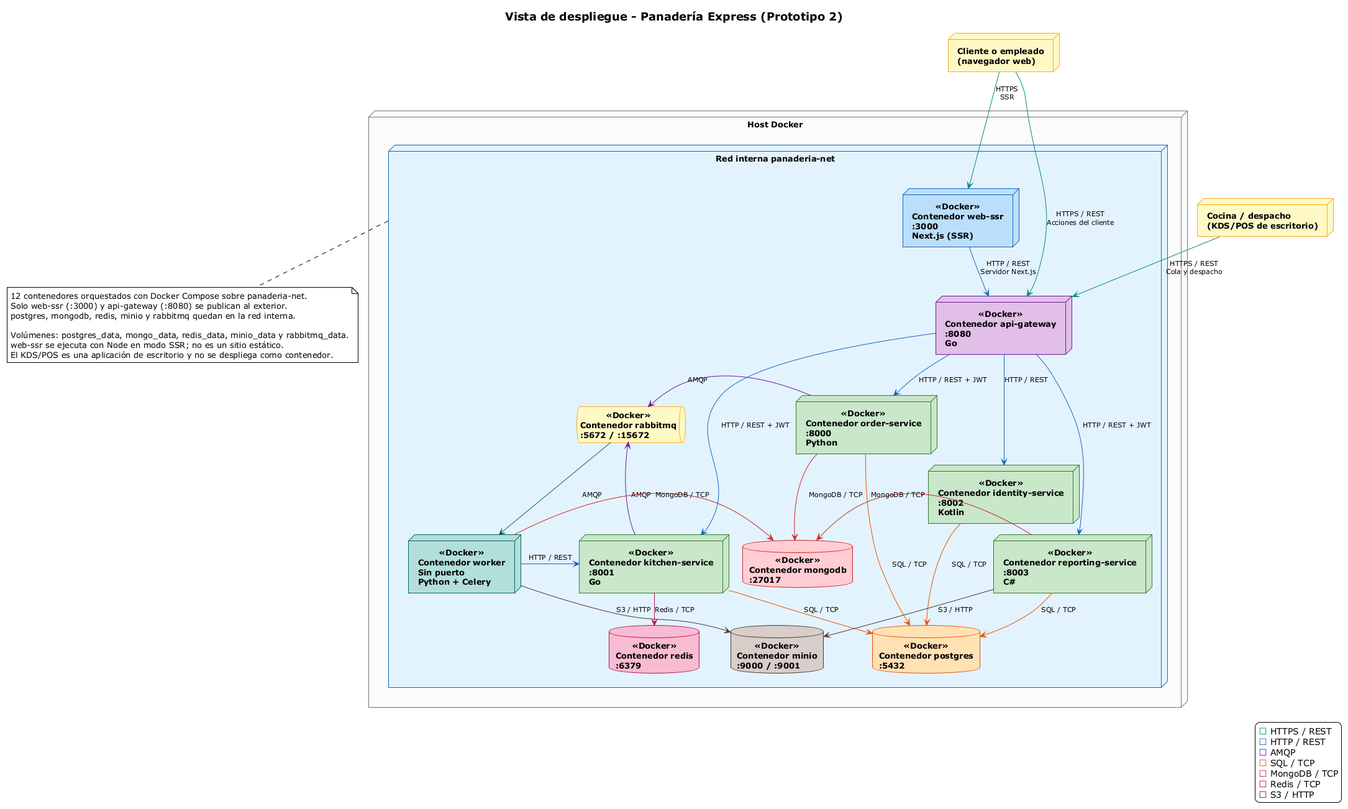
The PlantUML diagram g3-H-PanTech/docs/tiers_despliegue P2.png in unal-sw-arch/swarch-2026ii, before a commit.
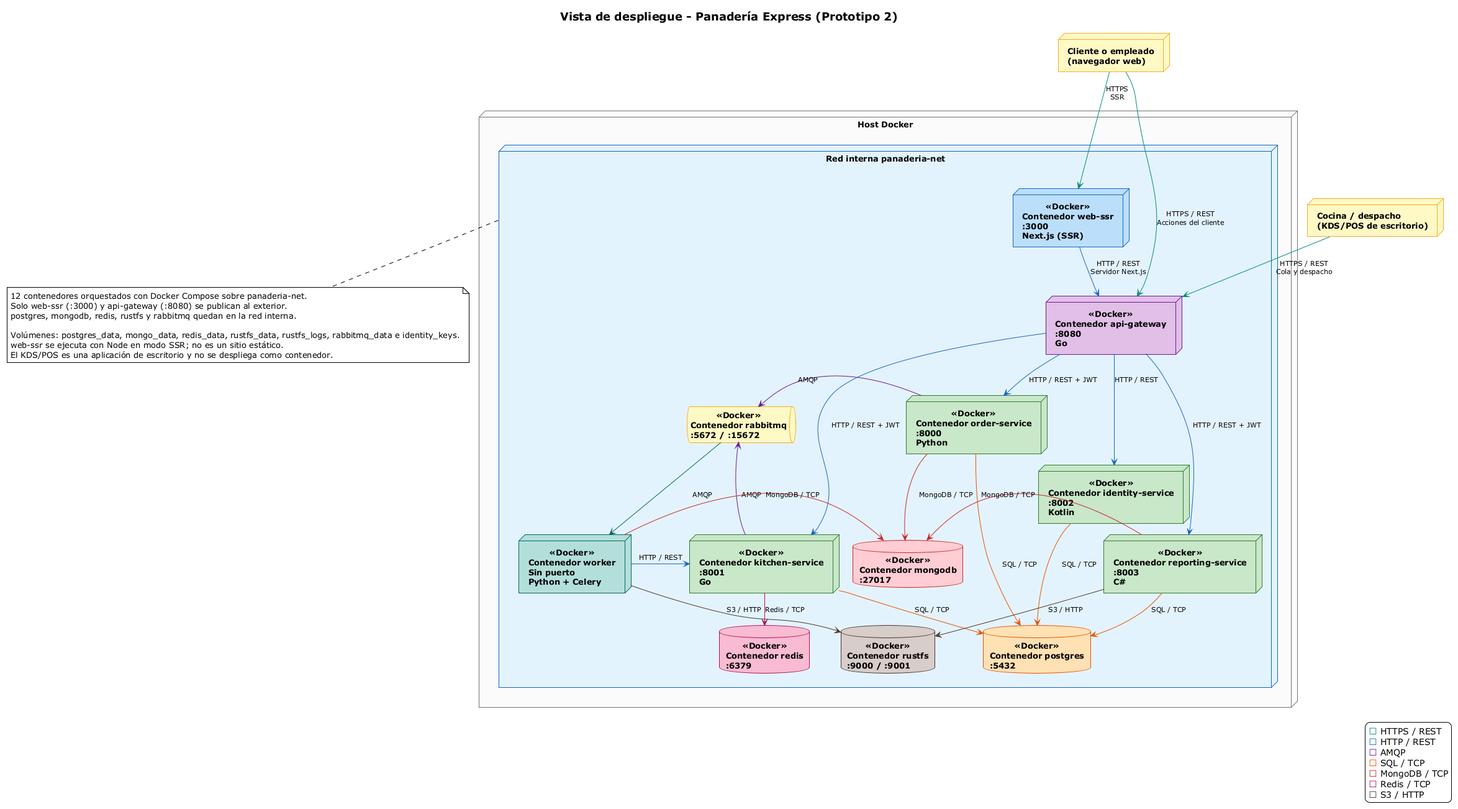
After the commit.

Change to the diagram source:
```diff
@@ -39,7 +39,7 @@
     database "Contenedor postgres\n:5432" as PG <<Docker>> #FFE0B2;line:E65100
     database "Contenedor mongodb\n:27017" as Mongo <<Docker>> #FFCDD2;line:C62828
     database "Contenedor redis\n:6379" as Redis <<Docker>> #F8BBD0;line:AD1457
-    database "Contenedor minio\n:9000 / :9001" as Minio <<Docker>> #D7CCC8;line:4E342E
+    database "Contenedor rustfs\n:9000 / :9001" as RustFS <<Docker>> #D7CCC8;line:4E342E
   }
 }
 
@@ -64,17 +64,17 @@
 MQ -[#00695C]down-> Worker : AMQP
 Worker -[#1565C0]right-> Kitchen : HTTP / REST
 Worker -[#C62828]left-> Mongo : MongoDB / TCP
-Worker -[#4E342E]down-> Minio : S3 / HTTP
+Worker -[#4E342E]down-> RustFS : S3 / HTTP
 Reporting -[#E65100]down-> PG : SQL / TCP
 Reporting -[#C62828]left-> Mongo : MongoDB / TCP
-Reporting -[#4E342E]down-> Minio : S3 / HTTP
+Reporting -[#4E342E]down-> RustFS : S3 / HTTP
 
 note bottom of Net
   12 contenedores orquestados con Docker Compose sobre panaderia-net.
   Solo web-ssr (:3000) y api-gateway (:8080) se publican al exterior.
-  postgres, mongodb, redis, minio y rabbitmq quedan en la red interna.
+  postgres, mongodb, redis, rustfs y rabbitmq quedan en la red interna.
 
-  Volúmenes: postgres_data, mongo_data, redis_data, minio_data y rabbitmq_data.
+  Volúmenes: postgres_data, mongo_data, redis_data, rustfs_data, rustfs_logs, rabbitmq_data e identity_keys.
   web-ssr se ejecuta con Node en modo SSR; no es un sitio estático.
   El KDS/POS es una aplicación de escritorio y no se despliega como contenedor.
 end note
```
